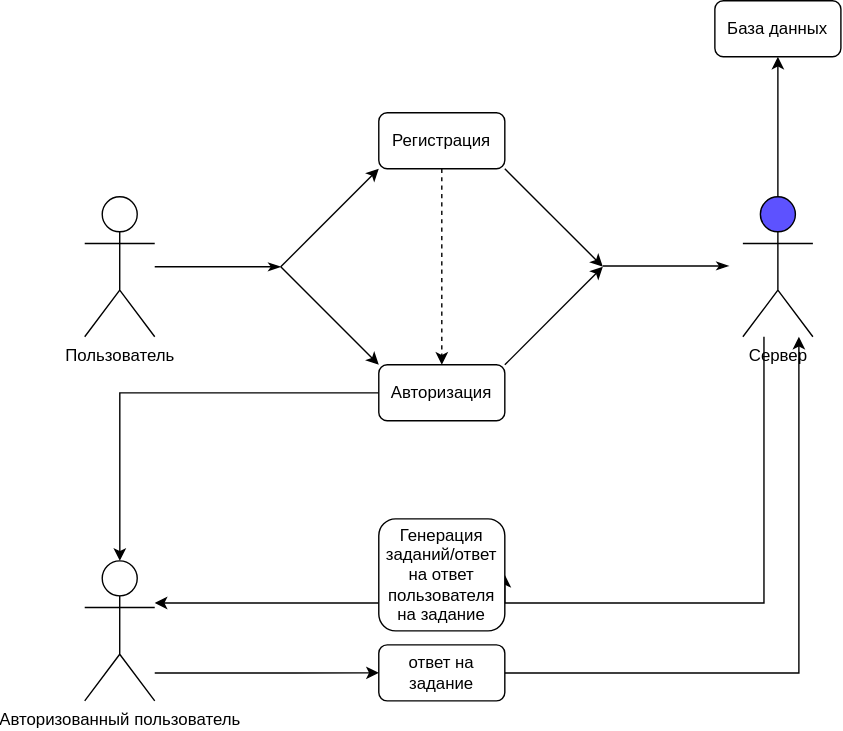
This is UseCase.drawio.svg from KapKapkin/Seriy_Guse, a draw.io export, as it was before one commit. Source tidied: cells renumbered, new cells last; positions are measured from the earlier drawing's top-left corner, leaving out a move shared by most shapes.
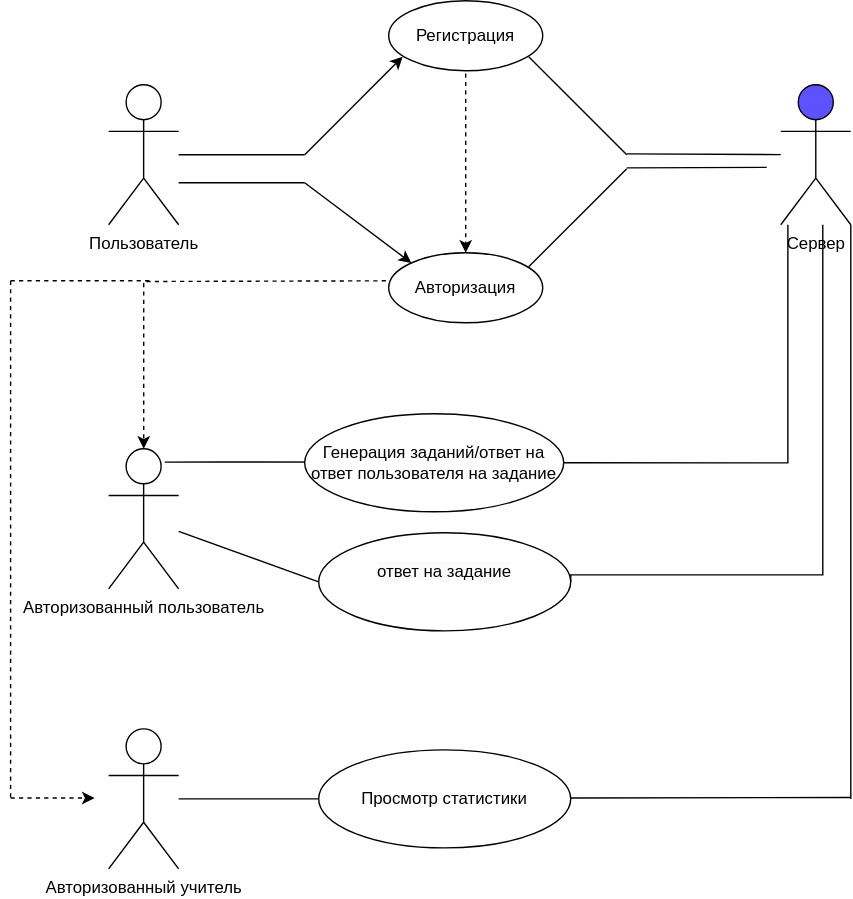
After the change.

Change to the diagram source:
```diff
@@ -5,7 +5,7 @@
     <mxCell id="2" value="Пользователь" style="shape=umlActor;verticalLabelPosition=bottom;verticalAlign=top;html=1;outlineConnect=0;" parent="1" vertex="1">
       <mxGeometry y="140" width="50" height="100" as="geometry" />
     </mxCell>
-    <mxCell id="3" style="endArrow=classicThin;html=1;rounded=0;endFill=1;" parent="1" edge="1" source="2">
+    <mxCell id="3" style="endArrow=none;html=1;rounded=0;endFill=0;" parent="1" edge="1" source="2">
       <mxGeometry relative="1" as="geometry">
         <mxPoint x="140" y="190" as="targetPoint" />
       </mxGeometry>
@@ -16,87 +16,137 @@
         <mxPoint x="210" y="120" as="targetPoint" />
       </mxGeometry>
     </mxCell>
-    <mxCell id="5" style="endArrow=classic;startArrow=none;html=1;rounded=0;startFill=0;" parent="1" edge="1">
+    <mxCell id="5" style="endArrow=classic;startArrow=none;html=1;rounded=0;startFill=0;entryX=0;entryY=0;entryDx=0;entryDy=0;" parent="1" edge="1" target="9">
       <mxGeometry relative="1" as="geometry">
-        <mxPoint x="140" y="190" as="sourcePoint" />
-        <mxPoint x="210" y="260" as="targetPoint" />
+        <mxPoint x="140" y="210" as="sourcePoint" />
       </mxGeometry>
     </mxCell>
-    <mxCell id="6" value="Регистрация" style="rounded=1;whiteSpace=wrap;html=1;" parent="1" vertex="1">
-      <mxGeometry x="210" y="80" width="90" height="40" as="geometry" />
-    </mxCell>
-    <mxCell id="7" style="rounded=0;jettySize=auto;html=1;exitX=1;exitY=0;exitDx=0;exitDy=0;" parent="1" edge="1" source="9">
+    <mxCell id="7" style="rounded=0;orthogonalLoop=1;jettySize=auto;html=1;exitX=1;exitY=0;exitDx=0;exitDy=0;endArrow=none;endFill=0;" parent="1" edge="1">
       <mxGeometry relative="1" as="geometry">
-        <mxPoint x="370" y="190" as="targetPoint" />
+        <mxPoint x="300" y="270" as="sourcePoint" />
+        <mxPoint x="370" y="200" as="targetPoint" />
       </mxGeometry>
     </mxCell>
-    <mxCell id="8" style="edgeStyle=orthogonalEdgeStyle;rounded=0;jettySize=auto;html=1;" parent="1" edge="1" source="9" target="18">
-      <mxGeometry relative="1" as="geometry" />
+    <mxCell id="8" style="edgeStyle=orthogonalEdgeStyle;rounded=0;jettySize=auto;html=1;dashed=1;" parent="1" edge="1" target="18">
+      <mxGeometry relative="1" as="geometry">
+        <mxPoint x="210" y="280" as="sourcePoint" />
+      </mxGeometry>
     </mxCell>
-    <mxCell id="9" value="Авторизация" style="rounded=1;whiteSpace=wrap;html=1;" parent="1" vertex="1">
-      <mxGeometry x="210" y="260" width="90" height="40" as="geometry" />
-    </mxCell>
-    <mxCell id="10" style="endArrow=classic;dashed=1;html=1;rounded=0;exitX=0.5;exitY=1;exitDx=0;exitDy=0;entryX=0.5;entryY=0;entryDx=0;entryDy=0;endFill=1;" parent="1" edge="1" source="6" target="9">
-      <mxGeometry relative="1" as="geometry" />
+    <mxCell id="10" style="endArrow=classic;dashed=1;html=1;rounded=0;exitX=0.5;exitY=1;exitDx=0;exitDy=0;entryX=0.5;entryY=0;entryDx=0;entryDy=0;endFill=1;" parent="1" edge="1">
+      <mxGeometry relative="1" as="geometry">
+        <mxPoint x="255" y="120" as="sourcePoint" />
+        <mxPoint x="255" y="260" as="targetPoint" />
+      </mxGeometry>
     </mxCell>
-    <mxCell id="11" style="endArrow=classic;html=1;rounded=0;exitX=1;exitY=1;exitDx=0;exitDy=0;" parent="1" edge="1" source="6">
+    <mxCell id="11" style="endArrow=none;html=1;rounded=0;exitX=1;exitY=1;exitDx=0;exitDy=0;endFill=0;" parent="1" edge="1">
       <mxGeometry relative="1" as="geometry">
+        <mxPoint x="300" y="120" as="sourcePoint" />
         <mxPoint x="370" y="190" as="targetPoint" />
       </mxGeometry>
     </mxCell>
-    <mxCell id="12" style="endArrow=classicThin;html=1;rounded=0;endFill=1;" parent="1" edge="1">
+    <mxCell id="12" style="endArrow=none;html=1;rounded=0;endFill=0;" parent="1" edge="1" target="15">
       <mxGeometry relative="1" as="geometry">
         <mxPoint x="370" y="189.4" as="sourcePoint" />
-        <mxPoint x="460" y="189.4" as="targetPoint" />
       </mxGeometry>
     </mxCell>
-    <mxCell id="13" style="edgeStyle=orthogonalEdgeStyle;rounded=0;jettySize=auto;html=1;entryX=0.5;entryY=1;entryDx=0;entryDy=0;" parent="1" edge="1" source="15" target="16">
-      <mxGeometry relative="1" as="geometry" />
-    </mxCell>
-    <mxCell id="14" style="edgeStyle=orthogonalEdgeStyle;rounded=0;jettySize=auto;html=1;entryX=1;entryY=0.5;entryDx=0;entryDy=0;" parent="1" edge="1" source="15" target="20">
+    <mxCell id="14" style="edgeStyle=orthogonalEdgeStyle;rounded=0;jettySize=auto;html=1;endArrow=none;endFill=0;entryX=1;entryY=0.5;entryDx=0;entryDy=0;" parent="1" edge="1" source="15" target="20">
       <mxGeometry relative="1" as="geometry">
         <Array as="points">
-          <mxPoint x="485" y="430" />
+          <mxPoint x="485" y="410" />
         </Array>
       </mxGeometry>
     </mxCell>
     <mxCell id="15" value="&lt;div&gt;Сервер&lt;/div&gt;" style="shape=umlActor;verticalLabelPosition=bottom;verticalAlign=top;html=1;outlineConnect=0;fillColor=#5D52FF;" parent="1" vertex="1">
-      <mxGeometry x="470" y="140" width="50" height="100" as="geometry" />
+      <mxGeometry x="480" y="140" width="50" height="100" as="geometry" />
     </mxCell>
-    <mxCell id="16" value="База данных" style="rounded=1;whiteSpace=wrap;html=1;" parent="1" vertex="1">
-      <mxGeometry x="450" width="90" height="40" as="geometry" />
-    </mxCell>
-    <mxCell id="17" style="edgeStyle=orthogonalEdgeStyle;rounded=0;jettySize=auto;html=1;entryX=0;entryY=0.5;entryDx=0;entryDy=0;" parent="1" edge="1" source="18" target="22">
-      <mxGeometry relative="1" as="geometry">
-        <Array as="points">
-          <mxPoint x="150" y="480" />
-          <mxPoint x="150" y="480" />
-        </Array>
-      </mxGeometry>
+    <mxCell id="17" style="rounded=0;jettySize=auto;html=1;entryX=0;entryY=0.5;entryDx=0;entryDy=0;endArrow=none;endFill=0;" parent="1" edge="1" source="18" target="22">
+      <mxGeometry relative="1" as="geometry" />
     </mxCell>
     <mxCell id="18" value="Авторизованный пользователь" style="shape=umlActor;verticalLabelPosition=bottom;verticalAlign=top;html=1;outlineConnect=0;" parent="1" vertex="1">
       <mxGeometry y="400" width="50" height="100" as="geometry" />
     </mxCell>
-    <mxCell id="19" style="edgeStyle=orthogonalEdgeStyle;rounded=0;jettySize=auto;html=1;" parent="1" edge="1" source="20" target="18">
+    <mxCell id="19" style="edgeStyle=orthogonalEdgeStyle;rounded=0;orthogonalLoop=1;jettySize=auto;html=1;endArrow=none;endFill=0;" parent="1" edge="1">
       <mxGeometry relative="1" as="geometry">
+        <mxPoint x="200" y="409.5" as="sourcePoint" />
+        <mxPoint x="40" y="409.5" as="targetPoint" />
         <Array as="points">
-          <mxPoint x="90" y="430" />
-          <mxPoint x="90" y="430" />
+          <mxPoint x="80" y="409.5" />
+          <mxPoint x="80" y="409.5" />
         </Array>
       </mxGeometry>
     </mxCell>
+    <mxCell id="21" style="edgeStyle=orthogonalEdgeStyle;rounded=0;jettySize=auto;html=1;endArrow=none;endFill=0;exitX=1;exitY=0.5;exitDx=0;exitDy=0;" parent="1" edge="1" source="22" target="15">
+      <mxGeometry relative="1" as="geometry">
+        <Array as="points">
+          <mxPoint x="330" y="490" />
+          <mxPoint x="510" y="490" />
+        </Array>
+      </mxGeometry>
+    </mxCell>
+    <mxCell id="23" style="endArrow=none;html=1;rounded=0;endFill=0;" parent="1" edge="1">
+      <mxGeometry relative="1" as="geometry">
+        <mxPoint x="50" y="210" as="sourcePoint" />
+        <mxPoint x="140" y="210" as="targetPoint" />
+      </mxGeometry>
+    </mxCell>
+    <mxCell id="6" value="Регистрация" style="ellipse;whiteSpace=wrap;html=1;" parent="1" vertex="1">
+      <mxGeometry x="200" y="80" width="110" height="50" as="geometry" />
+    </mxCell>
+    <mxCell id="9" value="Авторизация" style="ellipse;whiteSpace=wrap;html=1;" parent="1" vertex="1">
+      <mxGeometry x="200" y="260" width="110" height="50" as="geometry" />
+    </mxCell>
+    <mxCell id="24" style="endArrow=none;html=1;rounded=0;endFill=0;" parent="1" edge="1">
+      <mxGeometry relative="1" as="geometry">
+        <mxPoint x="370" y="199.4" as="sourcePoint" />
+        <mxPoint x="470" y="199" as="targetPoint" />
+      </mxGeometry>
+    </mxCell>
-    <mxCell id="20" value="Генерация заданий/ответ на ответ пользователя на задание" style="rounded=1;whiteSpace=wrap;html=1;" parent="1" vertex="1">
-      <mxGeometry x="210" y="370" width="90" height="80" as="geometry" />
+    <mxCell id="20" value="Генерация заданий/ответ на ответ пользователя на задание" style="ellipse;whiteSpace=wrap;html=1;" parent="1" vertex="1">
+      <mxGeometry x="140" y="375" width="185" height="70" as="geometry" />
     </mxCell>
-    <mxCell id="21" style="edgeStyle=orthogonalEdgeStyle;rounded=0;jettySize=auto;html=1;" parent="1" edge="1" source="22" target="15">
-      <mxGeometry relative="1" as="geometry">
-        <Array as="points">
-          <mxPoint x="510" y="480" />
-        </Array>
-      </mxGeometry>
-    </mxCell>
-    <mxCell id="22" value="ответ на задание" style="rounded=1;whiteSpace=wrap;html=1;" parent="1" vertex="1">
-      <mxGeometry x="210" y="460" width="90" height="40" as="geometry" />
+    <mxCell id="22" value="&#10;&lt;span style=&quot;color: rgb(0, 0, 0); font-family: Helvetica; font-size: 12px; font-style: normal; font-variant-ligatures: normal; font-variant-caps: normal; font-weight: 400; letter-spacing: normal; orphans: 2; text-align: center; text-indent: 0px; text-transform: none; widows: 2; word-spacing: 0px; -webkit-text-stroke-width: 0px; white-space: normal; background-color: rgb(251, 251, 251); text-decoration-thickness: initial; text-decoration-style: initial; text-decoration-color: initial; display: inline !important; float: none;&quot;&gt;ответ на задание&lt;/span&gt;&#10;&#10;" style="ellipse;whiteSpace=wrap;html=1;" parent="1" vertex="1">
+      <mxGeometry x="150" y="460" width="180" height="70" as="geometry" />
     </mxCell>
+    <mxCell id="25" value="Авторизованный учитель" style="shape=umlActor;verticalLabelPosition=bottom;verticalAlign=top;html=1;" parent="1" vertex="1">
+      <mxGeometry y="600" width="50" height="100" as="geometry" />
+    </mxCell>
+    <mxCell id="26" style="endArrow=none;startArrow=none;html=1;rounded=0;dashed=1;endFill=0;startFill=0;" parent="1" edge="1">
+      <mxGeometry relative="1" as="geometry">
+        <mxPoint x="-70" y="280" as="sourcePoint" />
+        <mxPoint x="30" y="280" as="targetPoint" />
+      </mxGeometry>
+    </mxCell>
+    <mxCell id="27" style="endArrow=none;startArrow=none;html=1;rounded=0;dashed=1;endFill=0;startFill=0;" parent="1" edge="1">
+      <mxGeometry relative="1" as="geometry">
+        <mxPoint x="-70" y="280" as="sourcePoint" />
+        <mxPoint x="-70" y="650" as="targetPoint" />
+      </mxGeometry>
+    </mxCell>
+    <mxCell id="28" style="endArrow=classic;startArrow=none;html=1;rounded=0;dashed=1;endFill=1;startFill=0;" parent="1" edge="1">
+      <mxGeometry relative="1" as="geometry">
+        <mxPoint x="-70" y="649.4" as="sourcePoint" />
+        <mxPoint x="-10" y="649.4" as="targetPoint" />
+      </mxGeometry>
+    </mxCell>
+    <mxCell id="29" value="Просмотр статистики" style="ellipse;whiteSpace=wrap;html=1;" parent="1" vertex="1">
+      <mxGeometry x="150" y="615" width="180" height="70" as="geometry" />
+    </mxCell>
+    <mxCell id="30" style="endArrow=none;html=1;rounded=0;entryX=0;entryY=0.5;entryDx=0;entryDy=0;" parent="1" edge="1" target="29">
+      <mxGeometry relative="1" as="geometry">
+        <mxPoint x="50" y="650" as="sourcePoint" />
+      </mxGeometry>
+    </mxCell>
+    <mxCell id="31" style="endArrow=none;html=1;rounded=0;" parent="1" edge="1">
+      <mxGeometry relative="1" as="geometry">
+        <mxPoint x="330" y="649.4" as="sourcePoint" />
+        <mxPoint x="530" y="649" as="targetPoint" />
+      </mxGeometry>
+    </mxCell>
+    <mxCell id="32" style="endArrow=none;html=1;rounded=0;" parent="1" edge="1">
+      <mxGeometry relative="1" as="geometry">
+        <mxPoint x="530" y="650" as="sourcePoint" />
+        <mxPoint x="530" y="240" as="targetPoint" />
+      </mxGeometry>
+    </mxCell>
   </root>
 </mxGraphModel>
```
